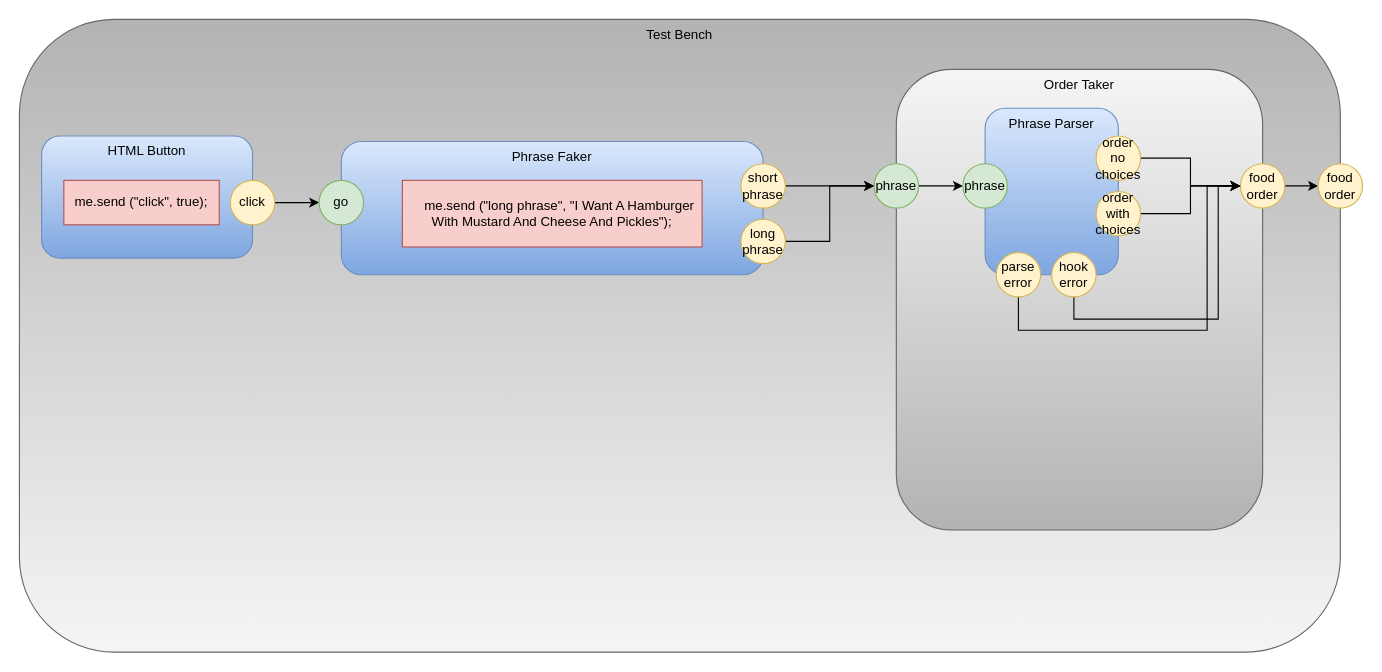
This is testbench.drawio from guitarvydas/hamburgerworkbenchD0D, a draw.io file, before an edit. Source tidied: cells renumbered, new cells numbered last; positions are measured from the earlier drawing's top-left corner, leaving out a move shared by most shapes. Both pictures are drawn from the tidied source at 111%, with x=0, y=0 at pixel (19, 19).
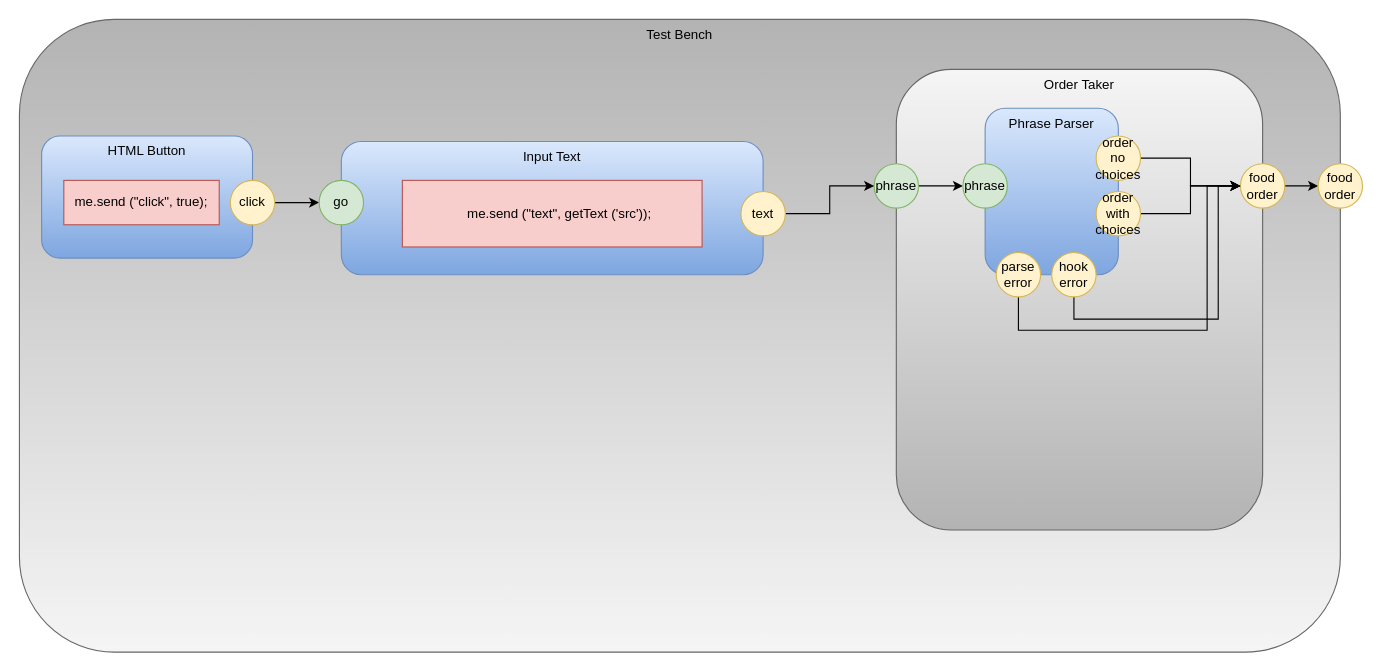
The same diagram, later.

Unchanged cells that the change refers to:
```xml
<mxCell id="7" value="phrase" style="ellipse;whiteSpace=wrap;html=1;fillColor=#d5e8d4;strokeColor=#82b366;" parent="1" vertex="1">
  <mxGeometry x="770" y="130" width="40" height="40" as="geometry" />
</mxCell>
```

Change to the diagram source:
```diff
@@
-    <mxCell id="11" value="Phrase Faker" style="rounded=1;whiteSpace=wrap;html=1;fillColor=#dae8fc;strokeColor=#6c8ebf;gradientColor=#7ea6e0;verticalAlign=top;" parent="1" vertex="1">
+    <mxCell id="11" value="Input Text" style="rounded=1;whiteSpace=wrap;html=1;fillColor=#dae8fc;strokeColor=#6c8ebf;gradientColor=#7ea6e0;verticalAlign=top;" parent="1" vertex="1">
       <mxGeometry x="290" y="110" width="380" height="120" as="geometry" />
     </mxCell>
@@
-    <mxCell id="13" value="short phrase" style="ellipse;whiteSpace=wrap;html=1;fillColor=#fff2cc;strokeColor=#d6b656;" parent="1" vertex="1">
-      <mxGeometry x="650" y="130" width="40" height="40" as="geometry" />
+    <mxCell id="13" value="text" style="ellipse;whiteSpace=wrap;html=1;fillColor=#fff2cc;strokeColor=#d6b656;" parent="1" vertex="1">
+      <mxGeometry x="650" y="155" width="40" height="40" as="geometry" />
     </mxCell>
-    <mxCell id="14" style="edgeStyle=orthogonalEdgeStyle;rounded=0;jettySize=auto;html=1;exitX=1;exitY=0.5;exitDx=0;exitDy=0;entryX=0;entryY=0.5;entryDx=0;entryDy=0;" parent="1" edge="1" source="15" target="7">
-      <mxGeometry relative="1" as="geometry" />
-    </mxCell>
-    <mxCell id="15" value="long phrase" style="ellipse;whiteSpace=wrap;html=1;fillColor=#fff2cc;strokeColor=#d6b656;" parent="1" vertex="1">
-      <mxGeometry x="650" y="180" width="40" height="40" as="geometry" />
-    </mxCell>
@@
-    <mxCell id="29" value="&lt;div&gt;&amp;nbsp; &amp;nbsp; me.send (&quot;long phrase&quot;, &quot;I Want A Hamburger With Mustard And Cheese And Pickles&quot;);&lt;/div&gt;" style="rounded=0;whiteSpace=wrap;html=1;fillColor=#f8cecc;strokeColor=#b85450;" parent="1" vertex="1">
+    <mxCell id="29" value="&lt;div&gt;&amp;nbsp; &amp;nbsp; me.send (&quot;text&quot;, getText ('src'));&lt;/div&gt;" style="rounded=0;whiteSpace=wrap;html=1;fillColor=#f8cecc;strokeColor=#b85450;" parent="1" vertex="1">
       <mxGeometry x="345" y="145" width="270" height="60" as="geometry" />
     </mxCell>
```
